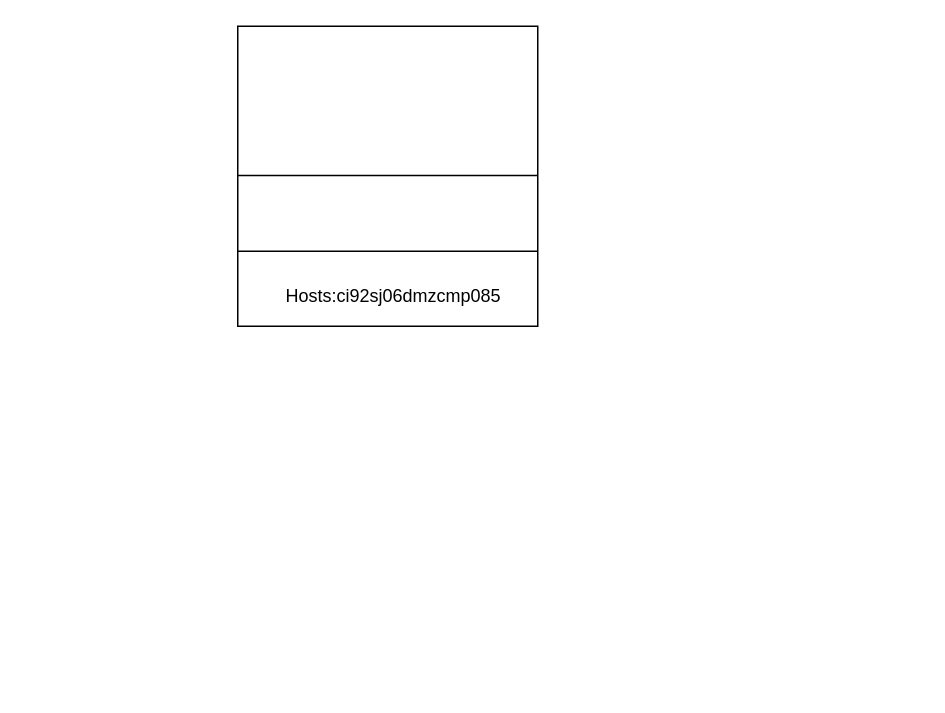
The draw.io diagram 未命名绘图.drawio in Tomoku-dm/diagrams_file, before the edit. Source tidied: cells renumbered, new cells numbered last; positions are measured from the earlier drawing's top-left corner, leaving out a move shared by most shapes. Both pictures are drawn from the tidied source at 150%, with x=0, y=0 at pixel (213, 26).
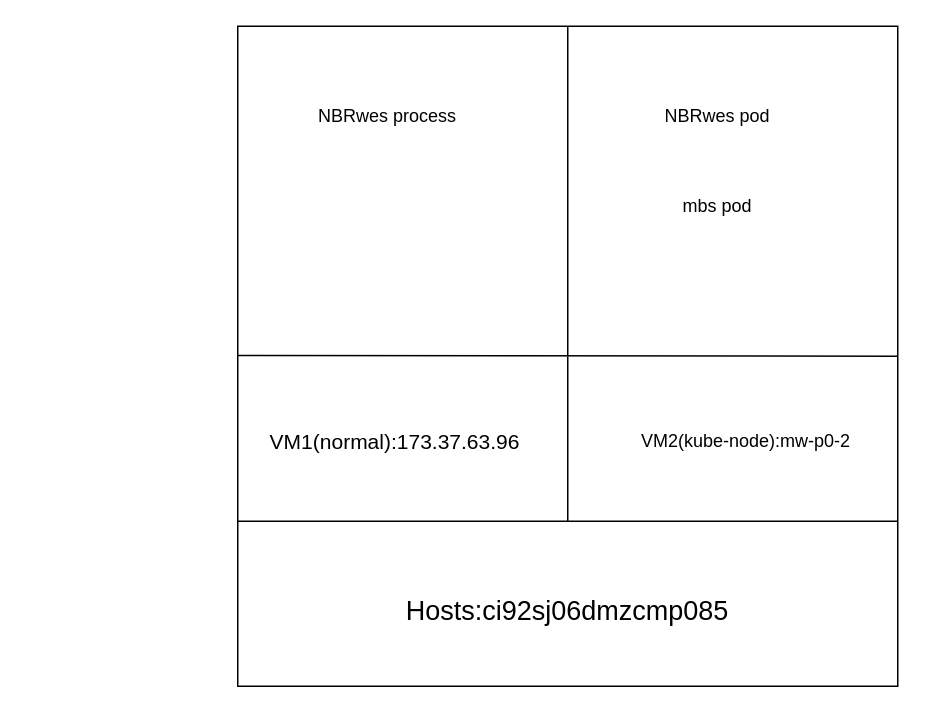
After the change.

Commit message:
更新未命名绘图.drawio

The edit, as a diff of the source:
```diff
@@
 <mxGraphModel>
   <root>
     <mxCell id="0" />
     <mxCell id="1" parent="0" />
     <mxCell id="2" style="whiteSpace=wrap;html=1;" parent="1" vertex="1">
-      <mxGeometry x="16" width="200" height="200" as="geometry" />
+      <mxGeometry x="16" width="440" height="440" as="geometry" />
     </mxCell>
     <mxCell id="3" style="endArrow=none;html=1;rounded=0;exitX=0;exitY=0.75;exitDx=0;exitDy=0;entryX=1;entryY=0.75;entryDx=0;entryDy=0;" parent="1" edge="1" source="2" target="2">
       <mxGeometry relative="1" as="geometry" />
     </mxCell>
-    <mxCell id="4" style="endArrow=none;html=1;rounded=0;exitX=0;exitY=0.75;exitDx=0;exitDy=0;entryX=1;entryY=0.75;entryDx=0;entryDy=0;" parent="1" edge="1">
+    <mxCell id="4" style="endArrow=none;html=1;rounded=0;exitX=0;exitY=0.75;exitDx=0;exitDy=0;entryX=1;entryY=0.5;entryDx=0;entryDy=0;" parent="1" edge="1" target="2">
       <mxGeometry relative="1" as="geometry">
-        <mxPoint x="16" y="99.5" as="sourcePoint" />
-        <mxPoint x="216" y="99.5" as="targetPoint" />
+        <mxPoint x="16" y="219.5" as="sourcePoint" />
       </mxGeometry>
     </mxCell>
-    <mxCell id="5" value="Hosts:ci92sj06dmzcmp085" style="text;html=1;strokeColor=none;fillColor=none;align=center;verticalAlign=middle;whiteSpace=wrap;rounded=0;" parent="1" vertex="1">
-      <mxGeometry y="170" width="240" height="20" as="geometry" />
+    <mxCell id="5" value="&lt;font style=&quot;font-size: 18px;&quot;&gt;Hosts:ci92sj06dmzcmp085&lt;/font&gt;" style="text;html=1;strokeColor=none;fillColor=none;align=center;verticalAlign=middle;whiteSpace=wrap;rounded=0;" parent="1" vertex="1">
+      <mxGeometry x="116" y="380" width="240" height="20" as="geometry" />
     </mxCell>
+    <mxCell id="6" style="endArrow=none;html=1;rounded=0;" parent="1" edge="1">
+      <mxGeometry relative="1" as="geometry">
+        <mxPoint x="236" y="330" as="sourcePoint" />
+        <mxPoint x="236" y="220" as="targetPoint" />
+      </mxGeometry>
+    </mxCell>
+    <mxCell id="7" value="&lt;table style=&quot;border-collapse: collapse; width: 370pt;&quot; width=&quot;493&quot; cellspacing=&quot;0&quot; cellpadding=&quot;0&quot; border=&quot;0&quot;&gt;&lt;colgroup&gt;&lt;col style=&quot;width: 370pt;&quot; width=&quot;493&quot;&gt;&lt;/colgroup&gt;&lt;tbody&gt;&lt;tr style=&quot;height: 16pt;&quot; height=&quot;21&quot;&gt;&lt;td style=&quot;padding-top: 1px; padding-right: 1px; padding-left: 1px; font-size: 12pt; font-family: Calibri, sans-serif; vertical-align: bottom; border: none; height: 16pt; width: 370pt;&quot; width=&quot;493&quot; height=&quot;21&quot;&gt;&lt;font style=&quot;font-size: 14px;&quot;&gt;VM1(normal):173.37.63.96&lt;/font&gt;&lt;/td&gt;&lt;/tr&gt;&lt;/tbody&gt;&lt;/table&gt;" style="text;html=1;strokeColor=none;fillColor=none;align=center;verticalAlign=middle;whiteSpace=wrap;rounded=0;" parent="1" vertex="1">
+      <mxGeometry x="16" y="250" width="210" height="50" as="geometry" />
+    </mxCell>
+    <mxCell id="8" value="&lt;font style=&quot;font-size: 12px;&quot;&gt;VM2(kube-node):mw-p0-2&lt;/font&gt;" style="text;html=1;strokeColor=none;fillColor=none;align=center;verticalAlign=middle;whiteSpace=wrap;rounded=0;fontSize=18;" parent="1" vertex="1">
+      <mxGeometry x="240" y="255" width="230" height="40" as="geometry" />
+    </mxCell>
+    <mxCell id="9" style="endArrow=none;html=1;rounded=0;fontSize=12;entryX=0.5;entryY=0;entryDx=0;entryDy=0;" parent="1" edge="1" target="2">
+      <mxGeometry relative="1" as="geometry">
+        <mxPoint x="236" y="220" as="sourcePoint" />
+      </mxGeometry>
+    </mxCell>
+    <mxCell id="10" value="NBRwes process" style="text;html=1;strokeColor=none;fillColor=none;align=center;verticalAlign=middle;whiteSpace=wrap;rounded=0;fontSize=12;" parent="1" vertex="1">
+      <mxGeometry x="46" y="50" width="140" height="20" as="geometry" />
+    </mxCell>
+    <mxCell id="11" value="NBRwes pod" style="text;html=1;strokeColor=none;fillColor=none;align=center;verticalAlign=middle;whiteSpace=wrap;rounded=0;fontSize=12;" parent="1" vertex="1">
+      <mxGeometry x="266" y="50" width="140" height="20" as="geometry" />
+    </mxCell>
+    <mxCell id="12" value="mbs pod" style="text;html=1;strokeColor=none;fillColor=none;align=center;verticalAlign=middle;whiteSpace=wrap;rounded=0;fontSize=12;" parent="1" vertex="1">
+      <mxGeometry x="266" y="110" width="140" height="20" as="geometry" />
+    </mxCell>
   </root>
 </mxGraphModel>
```
